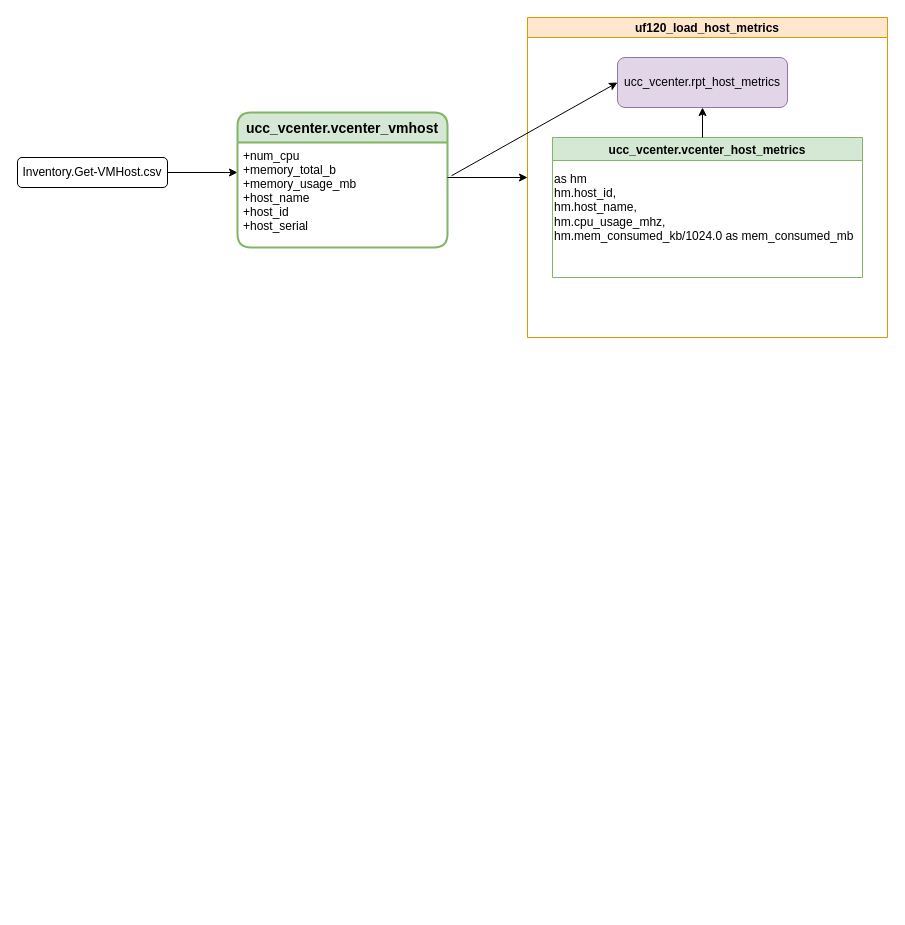
lynnyao2017/PythonLearning keeps this draw.io diagram as Untitled Diagram.drawio. Above is the earlier version. Source tidied: cells renumbered, new cells numbered last; positions are measured from the earlier drawing's top-left corner, leaving out a move shared by most shapes. Both pictures are drawn from the tidied source at 100%, with x=0, y=0 at pixel (17, 17).
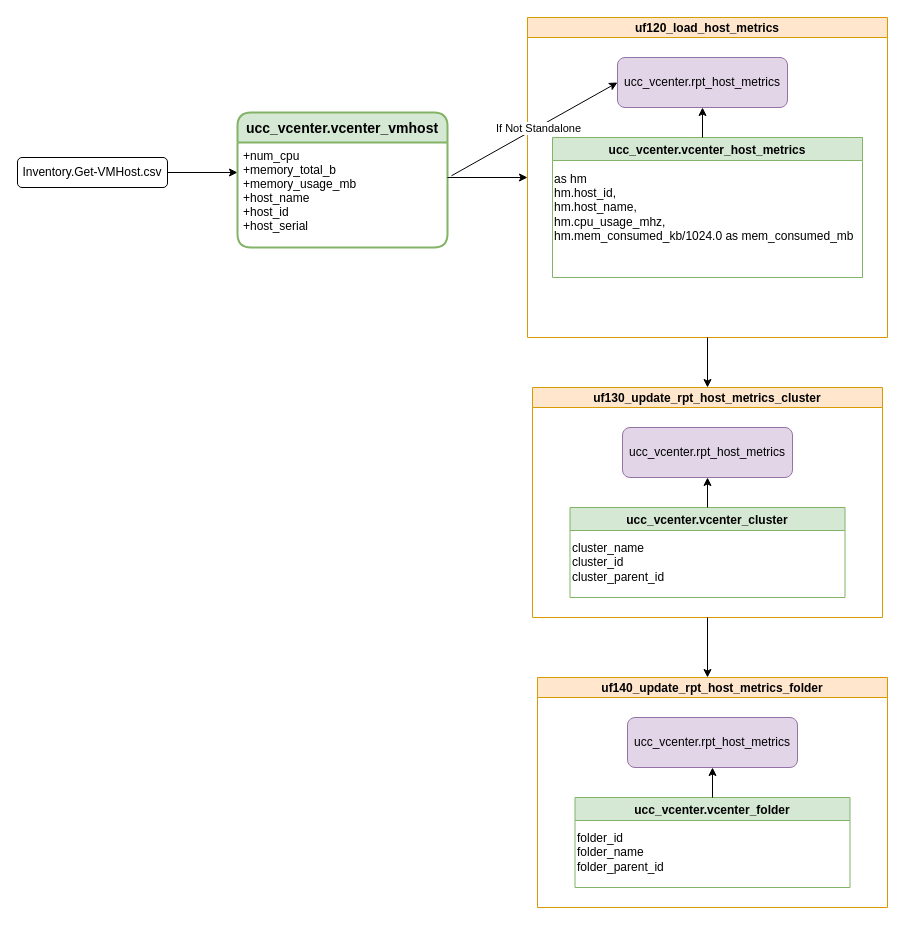
The same page after the edit.

Commit message:
update vcenter_folder

The change refers to these unchanged cells:
```xml
<mxCell id="7" value="uf120_load_host_metrics" style="swimlane;startSize=20;horizontal=1;containerType=tree;newEdgeStyle={&quot;edgeStyle&quot;:&quot;elbowEdgeStyle&quot;,&quot;startArrow&quot;:&quot;none&quot;,&quot;endArrow&quot;:&quot;none&quot;};fillColor=#ffe6cc;strokeColor=#d79b00;" parent="1" vertex="1">
  <mxGeometry x="510" width="360" height="320" as="geometry" />
</mxCell>
<mxCell id="12" style="endArrow=classic;html=1;rounded=0;exitX=1.019;exitY=0.317;exitDx=0;exitDy=0;exitPerimeter=0;entryX=0;entryY=0.5;entryDx=0;entryDy=0;" parent="1" edge="1" source="5" target="8">
  <mxGeometry relative="1" as="geometry" />
</mxCell>
```

Diff of the diagram source:
```diff
@@
+    <mxCell id="13" value="If Not Standalone" style="edgeLabel;html=1;align=center;verticalAlign=middle;" parent="12" vertex="1">
+      <mxGeometry x="-0.14" relative="1" as="geometry">
+        <mxPoint x="15" y="-8" as="offset" />
+      </mxGeometry>
+    </mxCell>
+    <mxCell id="14" value="uf130_update_rpt_host_metrics_cluster" style="swimlane;startSize=20;horizontal=1;containerType=tree;newEdgeStyle={&quot;edgeStyle&quot;:&quot;elbowEdgeStyle&quot;,&quot;startArrow&quot;:&quot;none&quot;,&quot;endArrow&quot;:&quot;none&quot;};fillColor=#ffe6cc;strokeColor=#d79b00;" parent="1" vertex="1">
+      <mxGeometry x="515" y="370" width="350" height="230" as="geometry" />
+    </mxCell>
+    <mxCell id="15" value="ucc_vcenter.rpt_host_metrics" style="rounded=1;whiteSpace=wrap;html=1;fillColor=#e1d5e7;strokeColor=#9673a6;" parent="14" vertex="1">
+      <mxGeometry x="90" y="40" width="170" height="50" as="geometry" />
+    </mxCell>
+    <mxCell id="16" value="ucc_vcenter.vcenter_cluster" style="swimlane;fillColor=#d5e8d4;strokeColor=#82b366;" parent="14" vertex="1">
+      <mxGeometry x="37.5" y="120" width="275" height="90" as="geometry" />
+    </mxCell>
+    <mxCell id="17" value="cluster_name&lt;br&gt;cluster_id&lt;br&gt;cluster_parent_id" style="text;html=1;align=left;verticalAlign=middle;strokeColor=none;fillColor=none;" parent="16" vertex="1">
+      <mxGeometry y="30" width="110" height="50" as="geometry" />
+    </mxCell>
+    <mxCell id="18" style="endArrow=classic;html=1;rounded=0;entryX=0.5;entryY=1;entryDx=0;entryDy=0;" parent="14" edge="1" target="15">
+      <mxGeometry relative="1" as="geometry">
+        <mxPoint x="175" y="120" as="sourcePoint" />
+      </mxGeometry>
+    </mxCell>
+    <mxCell id="19" style="endArrow=classic;html=1;rounded=0;exitX=0.5;exitY=1;exitDx=0;exitDy=0;entryX=0.5;entryY=0;entryDx=0;entryDy=0;" parent="1" edge="1" source="7" target="14">
+      <mxGeometry relative="1" as="geometry" />
+    </mxCell>
+    <mxCell id="20" value="uf140_update_rpt_host_metrics_folder" style="swimlane;startSize=20;horizontal=1;containerType=tree;newEdgeStyle={&quot;edgeStyle&quot;:&quot;elbowEdgeStyle&quot;,&quot;startArrow&quot;:&quot;none&quot;,&quot;endArrow&quot;:&quot;none&quot;};fillColor=#ffe6cc;strokeColor=#d79b00;" parent="1" vertex="1">
+      <mxGeometry x="520" y="660" width="350" height="230" as="geometry" />
+    </mxCell>
+    <mxCell id="21" value="ucc_vcenter.rpt_host_metrics" style="rounded=1;whiteSpace=wrap;html=1;fillColor=#e1d5e7;strokeColor=#9673a6;" parent="20" vertex="1">
+      <mxGeometry x="90" y="40" width="170" height="50" as="geometry" />
+    </mxCell>
+    <mxCell id="22" value="ucc_vcenter.vcenter_folder" style="swimlane;fillColor=#d5e8d4;strokeColor=#82b366;" parent="20" vertex="1">
+      <mxGeometry x="37.5" y="120" width="275" height="90" as="geometry" />
+    </mxCell>
+    <mxCell id="23" value="folder_id&lt;br&gt;folder_name&lt;br&gt;folder_parent_id" style="text;html=1;align=left;verticalAlign=middle;strokeColor=none;fillColor=none;" parent="22" vertex="1">
+      <mxGeometry y="30" width="100" height="50" as="geometry" />
+    </mxCell>
+    <mxCell id="24" style="endArrow=classic;html=1;rounded=0;entryX=0.5;entryY=1;entryDx=0;entryDy=0;" parent="20" edge="1" target="21">
+      <mxGeometry relative="1" as="geometry">
+        <mxPoint x="175" y="120" as="sourcePoint" />
+      </mxGeometry>
+    </mxCell>
+    <mxCell id="25" style="endArrow=classic;html=1;rounded=0;exitX=0.5;exitY=1;exitDx=0;exitDy=0;" parent="1" edge="1" source="14">
+      <mxGeometry relative="1" as="geometry">
+        <mxPoint x="690" y="660" as="targetPoint" />
+      </mxGeometry>
+    </mxCell>
```
